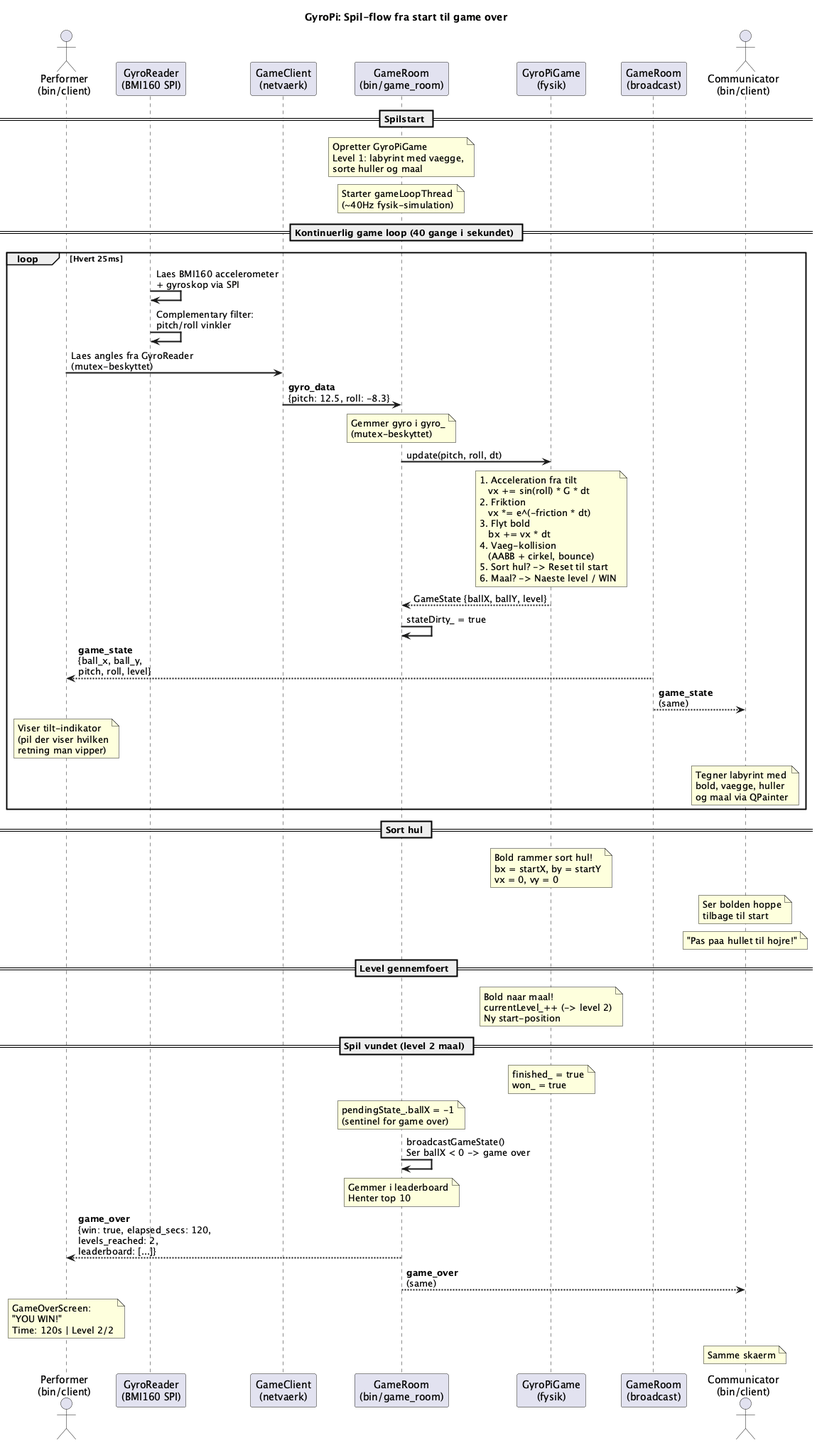
Before: rppi/docs/GyroPi Game Flow.png, a diagram exported from PlantUML (MaltheWinther/ClaudeCode).
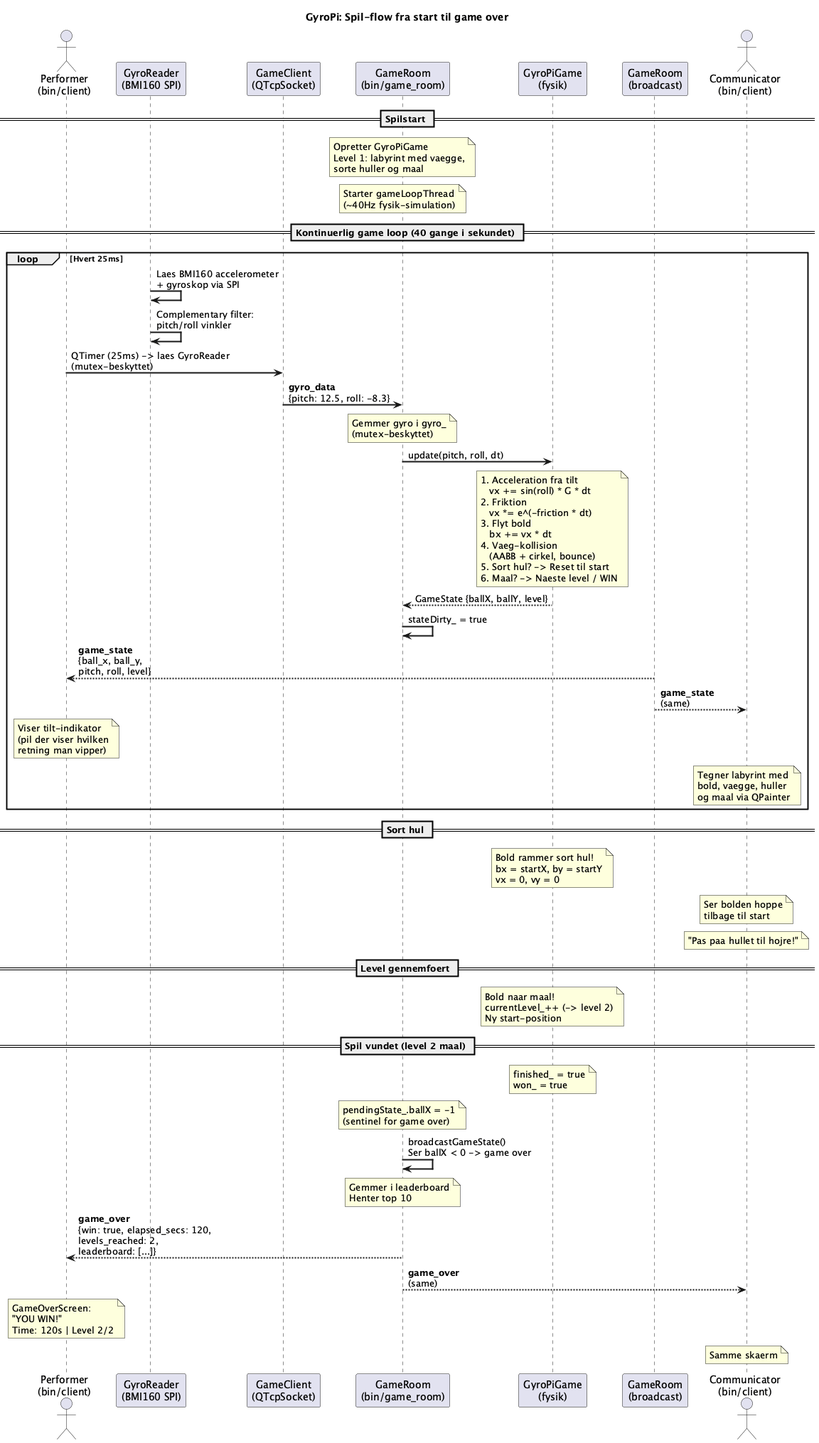
The same diagram one commit later.

Diff of the diagram source:
```diff
@@ -7,7 +7,7 @@
 
 actor "Performer\n(bin/client)" as P
 participant "GyroReader\n(BMI160 SPI)" as GYRO
-participant "GameClient\n(netvaerk)" as GC
+participant "GameClient\n(QTcpSocket)" as GC
 participant "GameRoom\n(bin/game_room)" as GR
 participant "GyroPiGame\n(fysik)" as GP
 participant "GameRoom\n(broadcast)" as GRB
@@ -24,7 +24,7 @@
   GYRO -> GYRO: Laes BMI160 accelerometer\n+ gyroskop via SPI
   GYRO -> GYRO: Complementary filter:\npitch/roll vinkler
 
-  P -> GC: Laes angles fra GyroReader\n(mutex-beskyttet)
+  P -> GC: QTimer (25ms) -> laes GyroReader\n(mutex-beskyttet)
   GC -> GR: **gyro_data**\n{pitch: 12.5, roll: -8.3}
 
   note over GR: Gemmer gyro i gyro_\n(mutex-beskyttet)
```
